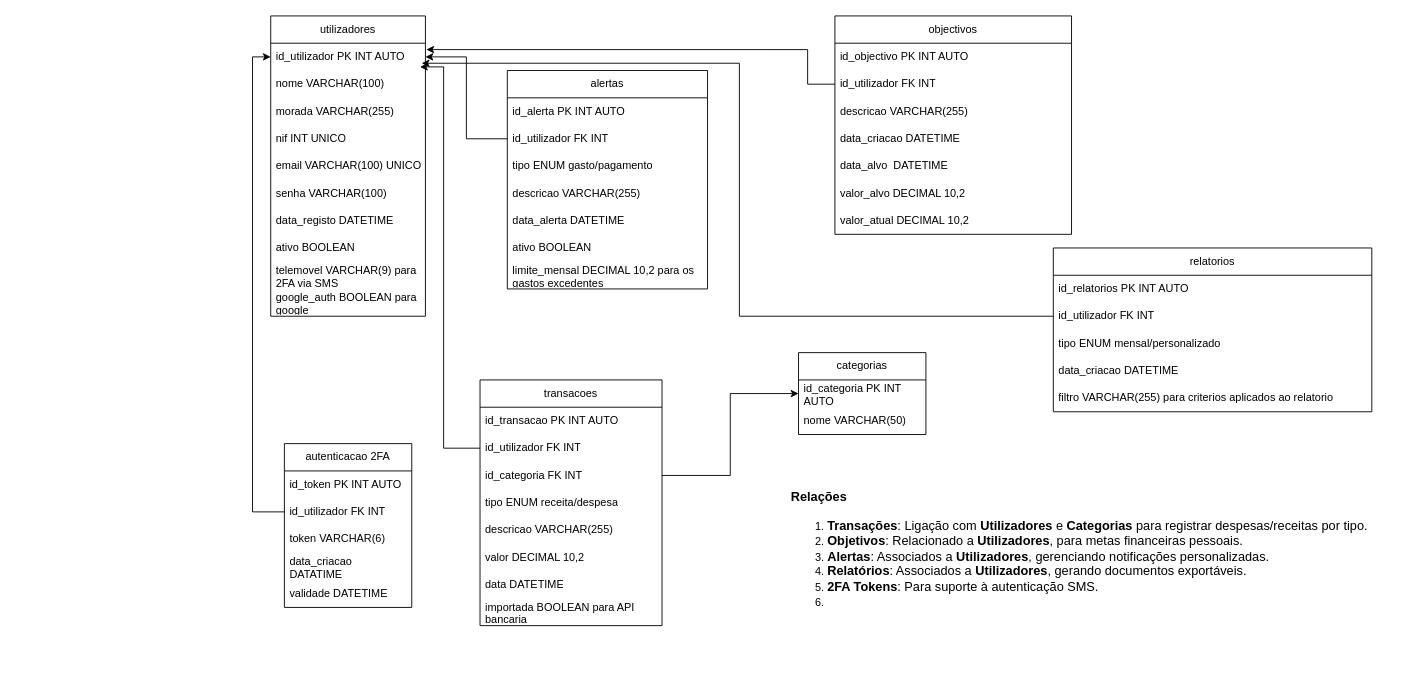
Before: Untitled Diagram.drawio in dblouro/dblouro, a draw.io diagram. Source tidied: cells renumbered, new cells numbered last; positions are measured from the earlier drawing's top-left corner, leaving out a move shared by most shapes. Both pictures are drawn from the tidied source at 91%, with x=0, y=0 at pixel (270, 15).
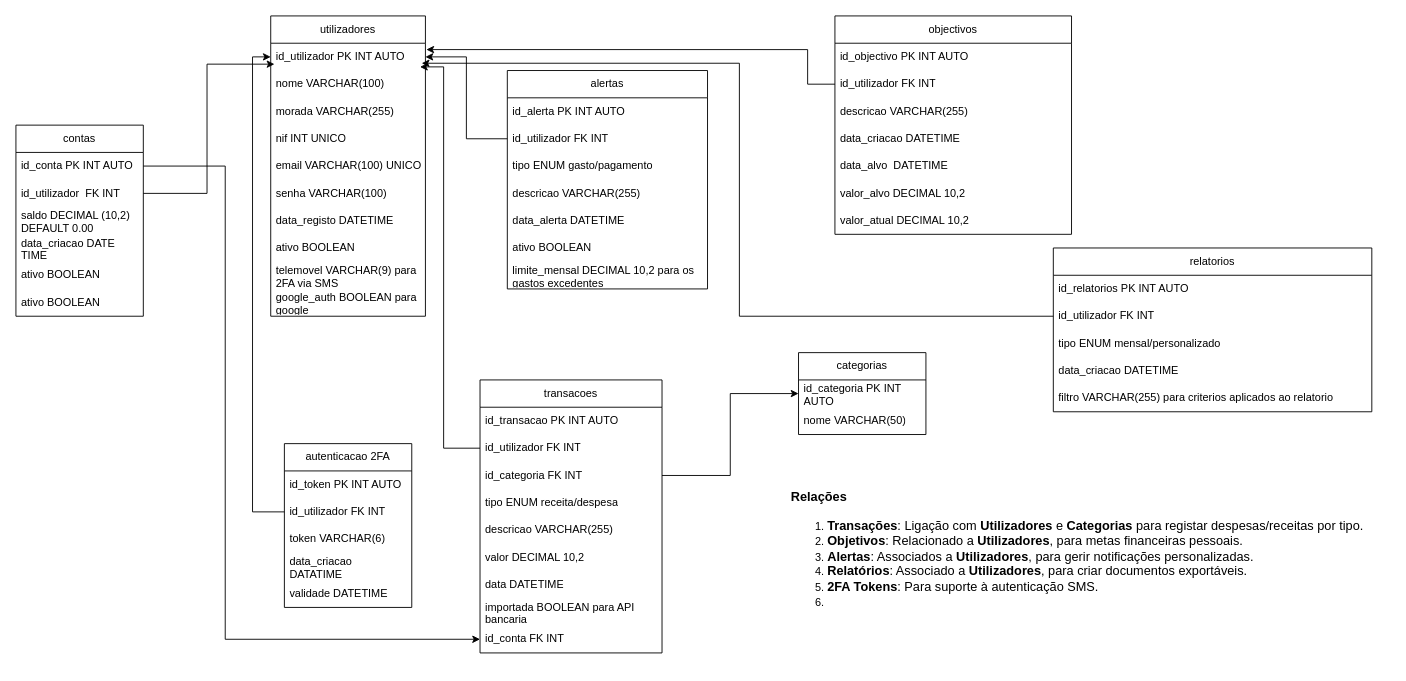
The same page after the edit.

Commit message:
Update tabela contas Untitled Diagram.drawio

Unchanged cells that the change refers to:
```xml
<mxCell id="3" value="id_utilizador PK INT AUTO" style="text;strokeColor=none;fillColor=none;align=left;verticalAlign=middle;spacingLeft=4;spacingRight=4;overflow=hidden;points=[[0,0.5],[1,0.5]];portConstraint=eastwest;whiteSpace=wrap;html=1;" parent="2" vertex="1">
  <mxGeometry y="30" width="170" height="30" as="geometry" />
</mxCell>
```

Change to the diagram source:
```diff
@@
     <mxCell id="13" value="transacoes" style="swimlane;fontStyle=0;horizontal=1;startSize=30;whiteSpace=wrap;html=1;" parent="1" vertex="1">
-      <mxGeometry x="230" y="400" width="200" height="270" as="geometry" />
+      <mxGeometry x="230" y="400" width="200" height="300" as="geometry" />
     </mxCell>
@@
+    <mxCell id="60" value="id_conta FK INT " style="text;strokeColor=none;fillColor=none;align=left;verticalAlign=middle;spacingLeft=4;spacingRight=4;overflow=hidden;points=[[0,0.5],[1,0.5]];portConstraint=eastwest;whiteSpace=wrap;html=1;" parent="13" vertex="1">
+      <mxGeometry y="270" width="200" height="30" as="geometry" />
+    </mxCell>
@@
-    <mxCell id="45" value="&lt;h3&gt;&lt;font style=&quot;font-size: 14px;&quot;&gt;&lt;strong&gt;Relações&lt;br&gt;&lt;/strong&gt;&lt;/font&gt;&lt;/h3&gt;&lt;ol&gt;&lt;li&gt;&lt;font style=&quot;font-size: 14px;&quot;&gt;&lt;strong&gt;Transações&lt;/strong&gt;: Ligação com &lt;strong&gt;Utilizadores&lt;/strong&gt; e &lt;strong&gt;Categorias&lt;/strong&gt; para registrar despesas/receitas por tipo.&lt;/font&gt;&lt;/li&gt;&lt;li&gt;&lt;font style=&quot;font-size: 14px;&quot;&gt;&lt;strong&gt;Objetivos&lt;/strong&gt;: Relacionado a &lt;strong&gt;Utilizadores&lt;/strong&gt;, para metas financeiras pessoais.&lt;/font&gt;&lt;/li&gt;&lt;li&gt;&lt;font style=&quot;font-size: 14px;&quot;&gt;&lt;strong&gt;Alertas&lt;/strong&gt;: Associados a &lt;strong&gt;Utilizadores&lt;/strong&gt;, gerenciando notificações personalizadas.&lt;/font&gt;&lt;/li&gt;&lt;li&gt;&lt;font style=&quot;font-size: 14px;&quot;&gt;&lt;strong&gt;Relatórios&lt;/strong&gt;: Associados a &lt;strong&gt;Utilizadores&lt;/strong&gt;, gerando documentos exportáveis.&lt;/font&gt;&lt;/li&gt;&lt;li&gt;&lt;font style=&quot;font-size: 14px;&quot;&gt;&lt;strong&gt;2FA Tokens&lt;/strong&gt;: Para suporte à autenticação SMS.&lt;/font&gt;&lt;/li&gt;&lt;li&gt;&lt;font style=&quot;font-size: 14px;&quot;&gt;&lt;br&gt;&lt;/font&gt;&lt;/li&gt;&lt;/ol&gt;" style="text;html=1;whiteSpace=wrap;overflow=hidden;rounded=0;" parent="1" vertex="1">
+    <mxCell id="45" value="&lt;h3&gt;&lt;font style=&quot;font-size: 14px;&quot;&gt;&lt;strong&gt;Relações&lt;br&gt;&lt;/strong&gt;&lt;/font&gt;&lt;/h3&gt;&lt;ol&gt;&lt;li&gt;&lt;font style=&quot;font-size: 14px;&quot;&gt;&lt;strong&gt;Transações&lt;/strong&gt;: Ligação com &lt;strong&gt;Utilizadores&lt;/strong&gt; e &lt;strong&gt;Categorias&lt;/strong&gt; para registar despesas/receitas por tipo.&lt;/font&gt;&lt;/li&gt;&lt;li&gt;&lt;font style=&quot;font-size: 14px;&quot;&gt;&lt;strong&gt;Objetivos&lt;/strong&gt;: Relacionado a &lt;strong&gt;Utilizadores&lt;/strong&gt;, para metas financeiras pessoais.&lt;/font&gt;&lt;/li&gt;&lt;li&gt;&lt;font style=&quot;font-size: 14px;&quot;&gt;&lt;strong&gt;Alertas&lt;/strong&gt;: Associados a &lt;strong&gt;Utilizadores&lt;/strong&gt;, para gerir notificações personalizadas.&lt;/font&gt;&lt;/li&gt;&lt;li&gt;&lt;font style=&quot;font-size: 14px;&quot;&gt;&lt;strong&gt;Relatórios&lt;/strong&gt;: Associado a &lt;strong&gt;Utilizadores&lt;/strong&gt;, para criar documentos exportáveis.&lt;/font&gt;&lt;/li&gt;&lt;li&gt;&lt;font style=&quot;font-size: 14px;&quot;&gt;&lt;strong&gt;2FA Tokens&lt;/strong&gt;: Para suporte à autenticação SMS.&lt;/font&gt;&lt;/li&gt;&lt;li&gt;&lt;font style=&quot;font-size: 14px;&quot;&gt;&lt;br&gt;&lt;/font&gt;&lt;/li&gt;&lt;/ol&gt;" style="text;html=1;whiteSpace=wrap;overflow=hidden;rounded=0;" parent="1" vertex="1">
       <mxGeometry x="570" y="500" width="660" height="210" as="geometry" />
     </mxCell>
@@
+    <mxCell id="61" value="contas" style="swimlane;fontStyle=0;horizontal=1;startSize=30;whiteSpace=wrap;html=1;" parent="1" vertex="1">
+      <mxGeometry x="-280" y="120" width="140" height="210" as="geometry" />
+    </mxCell>
+    <mxCell id="62" value="id_conta PK INT AUTO" style="text;strokeColor=none;fillColor=none;align=left;verticalAlign=middle;spacingLeft=4;spacingRight=4;overflow=hidden;points=[[0,0.5],[1,0.5]];portConstraint=eastwest;whiteSpace=wrap;html=1;" parent="61" vertex="1">
+      <mxGeometry y="30" width="140" height="30" as="geometry" />
+    </mxCell>
+    <mxCell id="63" value="id_utilizador&amp;nbsp; FK INT" style="text;strokeColor=none;fillColor=none;align=left;verticalAlign=middle;spacingLeft=4;spacingRight=4;overflow=hidden;points=[[0,0.5],[1,0.5]];portConstraint=eastwest;whiteSpace=wrap;html=1;" parent="61" vertex="1">
+      <mxGeometry y="60" width="140" height="30" as="geometry" />
+    </mxCell>
+    <mxCell id="64" value="saldo DECIMAL (10,2) DEFAULT 0.00" style="text;strokeColor=none;fillColor=none;align=left;verticalAlign=middle;spacingLeft=4;spacingRight=4;overflow=hidden;whiteSpace=wrap;html=1;" parent="61" vertex="1">
+      <mxGeometry y="90" width="140" height="30" as="geometry" />
+    </mxCell>
+    <mxCell id="65" value="data_criacao DATE TIME" style="text;strokeColor=none;fillColor=none;align=left;verticalAlign=middle;spacingLeft=4;spacingRight=4;overflow=hidden;whiteSpace=wrap;html=1;" parent="61" vertex="1">
+      <mxGeometry y="120" width="140" height="30" as="geometry" />
+    </mxCell>
+    <mxCell id="66" value="ativo BOOLEAN" style="text;strokeColor=none;fillColor=none;align=left;verticalAlign=middle;spacingLeft=4;spacingRight=4;overflow=hidden;whiteSpace=wrap;html=1;" parent="61" vertex="1">
+      <mxGeometry y="150" width="140" height="30" as="geometry" />
+    </mxCell>
+    <mxCell id="67" value="ativo BOOLEAN" style="text;strokeColor=none;fillColor=none;align=left;verticalAlign=middle;spacingLeft=4;spacingRight=4;overflow=hidden;whiteSpace=wrap;html=1;" parent="61" vertex="1">
+      <mxGeometry y="180" width="140" height="30" as="geometry" />
+    </mxCell>
+    <mxCell id="68" style="edgeStyle=orthogonalEdgeStyle;rounded=0;jettySize=auto;html=1;exitX=1;exitY=0.5;exitDx=0;exitDy=0;entryX=0.024;entryY=0.767;entryDx=0;entryDy=0;entryPerimeter=0;" parent="1" edge="1" source="63" target="3">
+      <mxGeometry relative="1" as="geometry" />
+    </mxCell>
+    <mxCell id="69" style="edgeStyle=orthogonalEdgeStyle;rounded=0;jettySize=auto;html=1;exitX=1;exitY=0.5;exitDx=0;exitDy=0;entryX=0;entryY=0.5;entryDx=0;entryDy=0;" parent="1" edge="1" source="62" target="60">
+      <mxGeometry relative="1" as="geometry">
+        <Array as="points">
+          <mxPoint x="-50" y="165" />
+          <mxPoint x="-50" y="685" />
+        </Array>
+      </mxGeometry>
+    </mxCell>
```
